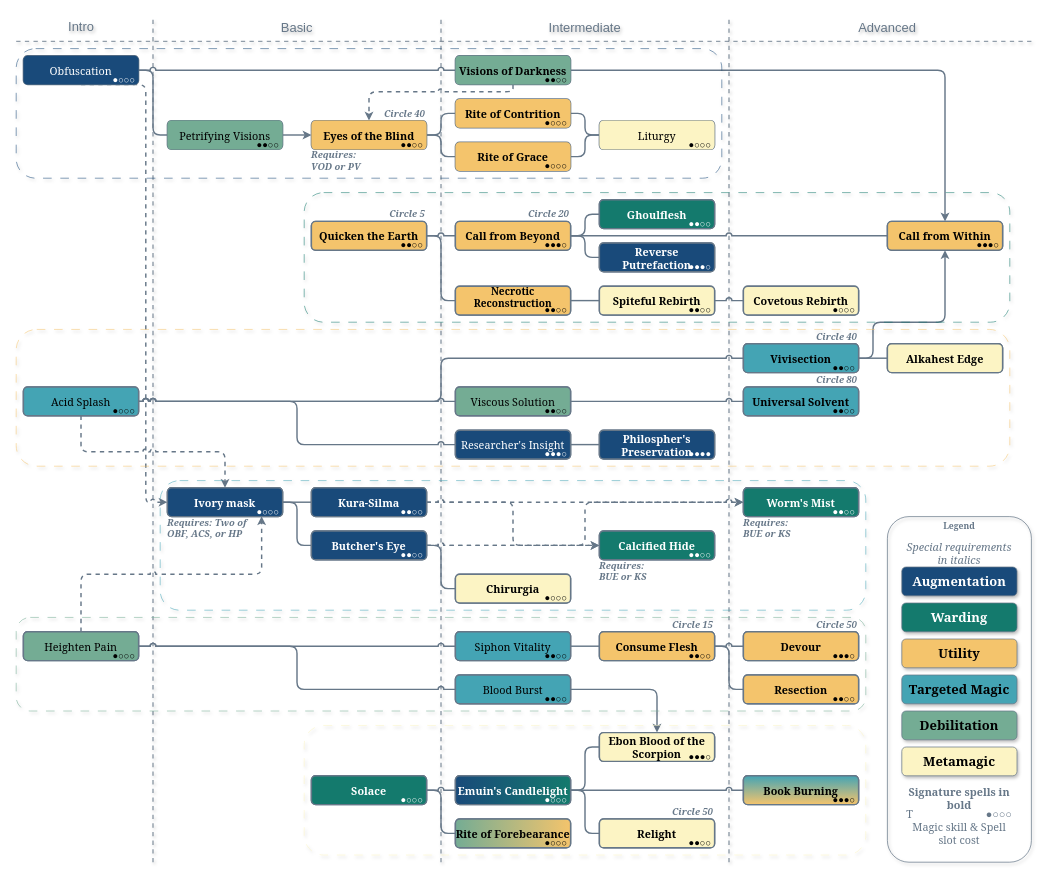
Before: Necromancer/Necromancer.drawio in MahtraDR/dr-spell-trees, a draw.io diagram. Source tidied: cells renumbered, new cells numbered last; positions are measured from the earlier drawing's top-left corner, leaving out a move shared by most shapes. Both pictures are drawn from the tidied source at 72%, with x=0, y=0 at pixel (16, 12).
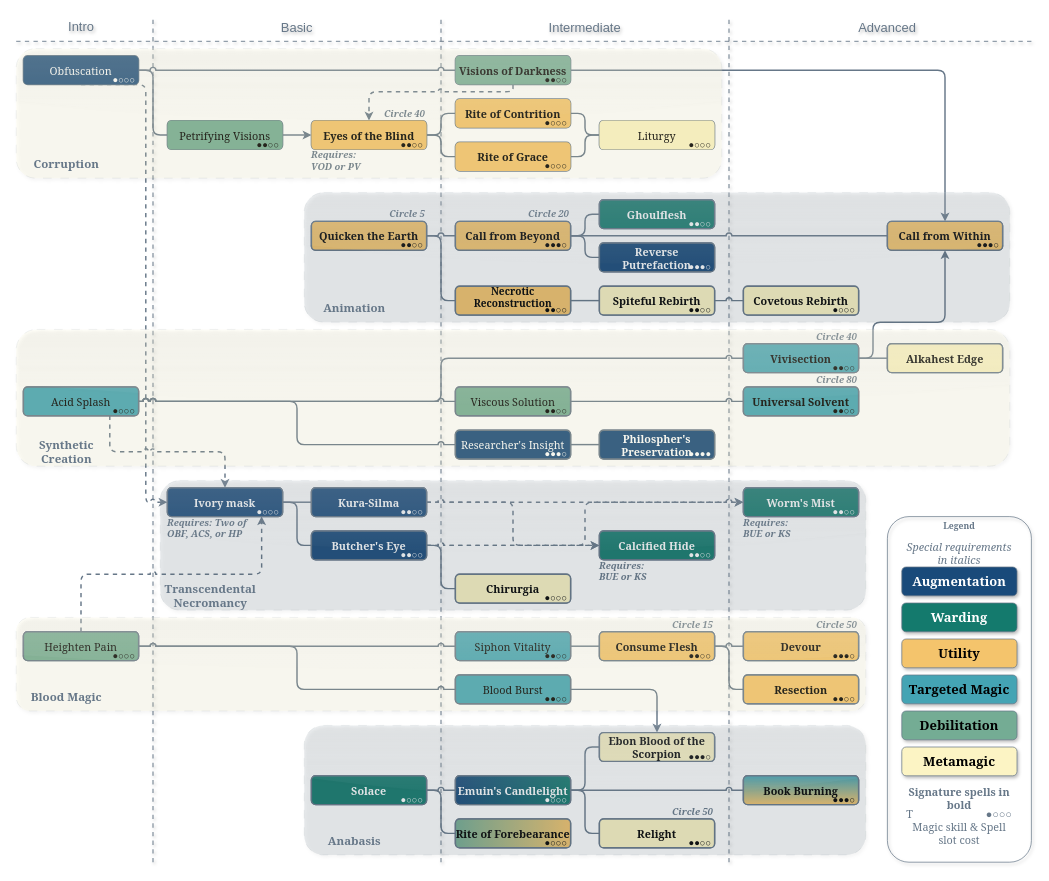
The same diagram, later.

Unchanged cells that the change refers to:
```xml
<mxCell id="58" style="rounded=1;whiteSpace=wrap;strokeWidth=2;strokeColor=#667788;textShadow=1;labelBackgroundColor=none;" parent="20" vertex="1">
  <mxGeometry x="10" y="520" width="160" height="40" as="geometry" />
</mxCell>
<mxCell id="65" style="rounded=1;whiteSpace=wrap;strokeWidth=2;strokeColor=#667788;textShadow=1;labelBackgroundColor=none;" parent="20" vertex="1">
  <mxGeometry x="210" y="660" width="160" height="40" as="geometry" />
</mxCell>
```

What changed in the source:
```diff
@@
-    <mxCell id="57" style="edgeStyle=orthogonalEdgeStyle;shape=connector;curved=0;rounded=1;jumpStyle=arc;jettySize=auto;exitX=0.5;exitY=1;exitDx=0;exitDy=0;entryX=0.5;entryY=0;entryDx=0;entryDy=0;strokeColor=#667788;strokeWidth=2;align=center;verticalAlign=middle;fontFamily=Helvetica;fontSize=11;fontColor=default;labelBackgroundColor=none;endArrow=classic;dashed=1;textShadow=1;" parent="20" edge="1" source="58" target="65">
+    <mxCell id="57" style="edgeStyle=orthogonalEdgeStyle;shape=connector;curved=0;rounded=1;jumpStyle=arc;jettySize=auto;exitX=0.75;exitY=1;exitDx=0;exitDy=0;entryX=0.5;entryY=0;entryDx=0;entryDy=0;strokeColor=#667788;strokeWidth=2;align=center;verticalAlign=middle;fontFamily=Helvetica;fontSize=11;fontColor=default;labelBackgroundColor=none;endArrow=classic;dashed=1;textShadow=1;" parent="20" edge="1" source="58" target="65">
       <mxGeometry relative="1" as="geometry" />
     </mxCell>
@@
-    <mxCell id="242" style="rounded=1;fontFamily=Helvetica;fontSize=11;fontColor=default;labelBackgroundColor=none;fillColor=none;dashed=1;dashPattern=12 12;strokeColor=#194a7a;opacity=75;glass=1;shadow=1;" parent="241" vertex="1">
+    <mxCell id="242" style="rounded=1;fontFamily=Helvetica;fontSize=11;fontColor=default;labelBackgroundColor=none;fillColor=#FCF4C4;dashed=1;dashPattern=12 12;strokeColor=#667788;opacity=15;glass=1;shadow=1;align=center;verticalAlign=middle;gradientColor=none;" parent="241" vertex="1">
       <mxGeometry y="50" width="980" height="180" as="geometry" />
     </mxCell>
-    <mxCell id="243" style="rounded=1;fontFamily=Helvetica;fontSize=11;fontColor=default;labelBackgroundColor=none;fillColor=none;dashed=1;dashPattern=12 12;strokeColor=#147a6d;opacity=75;glass=1;shadow=1;" parent="241" vertex="1">
+    <mxCell id="243" style="rounded=1;fontFamily=Helvetica;fontSize=11;fontColor=default;labelBackgroundColor=none;fillColor=#667788;dashed=1;dashPattern=12 12;strokeColor=#667788;opacity=15;glass=1;shadow=1;align=center;verticalAlign=middle;gradientColor=none;" parent="241" vertex="1">
       <mxGeometry x="400" y="250" width="980" height="180" as="geometry" />
     </mxCell>
-    <mxCell id="244" style="rounded=1;fontFamily=Helvetica;fontSize=11;fontColor=default;labelBackgroundColor=none;fillColor=none;dashed=1;dashPattern=12 12;strokeColor=#f4c46c;opacity=75;glass=1;shadow=1;" parent="241" vertex="1">
+    <mxCell id="244" style="rounded=1;fontFamily=Helvetica;fontSize=11;fontColor=default;labelBackgroundColor=none;fillColor=#FCF4C4;dashed=1;dashPattern=12 12;strokeColor=#667788;opacity=15;glass=1;shadow=1;align=center;verticalAlign=middle;gradientColor=none;" parent="241" vertex="1">
       <mxGeometry y="440" width="1380" height="190" as="geometry" />
     </mxCell>
-    <mxCell id="245" style="rounded=1;fontFamily=Helvetica;fontSize=11;fontColor=default;labelBackgroundColor=none;fillColor=none;dashed=1;dashPattern=12 12;strokeColor=#44a4b4;opacity=75;glass=1;shadow=1;" parent="241" vertex="1">
+    <mxCell id="245" style="rounded=1;fontFamily=Helvetica;fontSize=11;fontColor=default;labelBackgroundColor=none;fillColor=#667788;dashed=1;dashPattern=12 12;strokeColor=#667788;opacity=15;glass=1;shadow=1;align=center;verticalAlign=middle;gradientColor=none;" parent="241" vertex="1">
       <mxGeometry x="200" y="650" width="980" height="180" as="geometry" />
     </mxCell>
-    <mxCell id="246" style="rounded=1;fontFamily=Helvetica;fontSize=11;fontColor=default;labelBackgroundColor=none;fillColor=none;dashed=1;dashPattern=12 12;strokeColor=#74ac94;opacity=75;glass=1;shadow=1;" parent="241" vertex="1">
+    <mxCell id="246" style="rounded=1;fontFamily=Helvetica;fontSize=11;fontColor=default;labelBackgroundColor=none;fillColor=#FCF4C4;dashed=1;dashPattern=12 12;strokeColor=#667788;opacity=15;glass=1;shadow=1;align=center;verticalAlign=middle;gradientColor=none;" parent="241" vertex="1">
       <mxGeometry y="840" width="1180" height="130" as="geometry" />
     </mxCell>
-    <mxCell id="247" style="rounded=1;fontFamily=Helvetica;fontSize=11;fontColor=default;labelBackgroundColor=none;fillColor=none;dashed=1;dashPattern=12 12;strokeColor=#fcf4c4;glass=1;perimeterSpacing=0;shadow=1;opacity=75;" parent="241" vertex="1">
+    <mxCell id="247" style="rounded=1;fontFamily=Helvetica;fontSize=11;fontColor=default;labelBackgroundColor=none;fillColor=#667788;dashed=1;dashPattern=12 12;strokeColor=#667788;glass=1;perimeterSpacing=0;shadow=1;opacity=15;gradientColor=none;" parent="241" vertex="1">
       <mxGeometry x="400" y="990" width="780" height="180" as="geometry" />
     </mxCell>
+    <mxCell id="249" value="Animation" style="text;align=center;verticalAlign=middle;whiteSpace=wrap;rounded=0;fontStyle=1;fontSize=16;fontFamily=Georgia;fontColor=#667788;strokeColor=none;" parent="241" vertex="1">
+      <mxGeometry x="400" y="390" width="140" height="40" as="geometry" />
+    </mxCell>
+    <mxCell id="250" value="Synthetic Creation" style="text;align=center;verticalAlign=middle;whiteSpace=wrap;rounded=0;fontStyle=1;fontSize=16;fontFamily=Georgia;fontColor=#667788;strokeColor=none;" parent="241" vertex="1">
+      <mxGeometry y="590" width="140" height="40" as="geometry" />
+    </mxCell>
+    <mxCell id="251" value="Transcendental Necromancy" style="text;align=center;verticalAlign=middle;whiteSpace=wrap;rounded=0;fontStyle=1;fontSize=16;fontFamily=Georgia;fontColor=#667788;strokeColor=none;" parent="241" vertex="1">
+      <mxGeometry x="200" y="790" width="140" height="40" as="geometry" />
+    </mxCell>
+    <mxCell id="252" value="Corruption" style="text;align=center;verticalAlign=middle;whiteSpace=wrap;rounded=0;fontStyle=1;fontSize=16;fontFamily=Georgia;fontColor=#667788;strokeColor=none;" parent="241" vertex="1">
+      <mxGeometry y="190" width="140" height="40" as="geometry" />
+    </mxCell>
+    <mxCell id="253" value="Blood Magic" style="text;align=center;verticalAlign=middle;whiteSpace=wrap;rounded=0;fontStyle=1;fontSize=16;fontFamily=Georgia;fontColor=#667788;strokeColor=none;" parent="241" vertex="1">
+      <mxGeometry y="930" width="140" height="40" as="geometry" />
+    </mxCell>
+    <mxCell id="254" value="Anabasis" style="text;align=center;verticalAlign=middle;whiteSpace=wrap;rounded=0;fontStyle=1;fontSize=16;fontFamily=Georgia;fontColor=#667788;strokeColor=none;" parent="241" vertex="1">
+      <mxGeometry x="400" y="1130" width="140" height="40" as="geometry" />
+    </mxCell>
```
